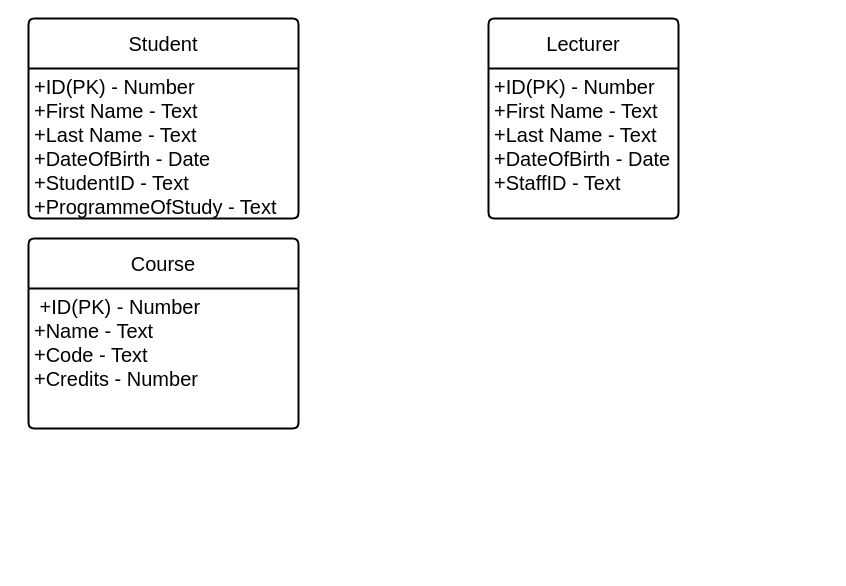
Above: SchoolManagementSystem-ERD.drawio in csmohamme/School-Management-System (draw.io), before the change. Source tidied: cells renumbered, new cells numbered last; positions are measured from the earlier drawing's top-left corner, leaving out a move shared by most shapes. Both pictures are drawn from the tidied source at 100%, with x=0, y=0 at pixel (28, 18).
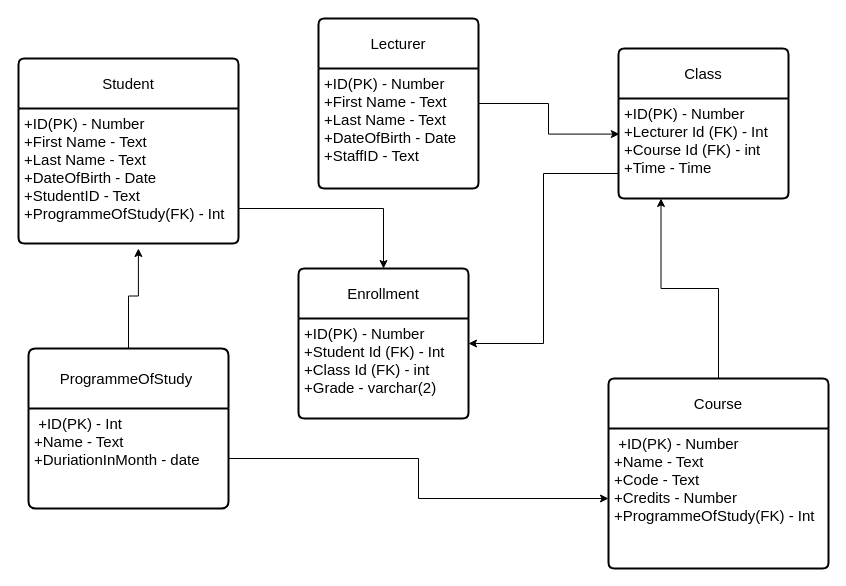
The same page after the edit.

The edit, as a diff of the source:
```diff
@@
-    <mxCell id="2" value="&lt;font style=&quot;font-size: 20px;&quot;&gt;Student&lt;/font&gt;" style="swimlane;horizontal=1;startSize=50;rounded=1;fontSize=14;fontStyle=0;strokeWidth=2;shadow=0;dashed=0;align=center;arcSize=4;whiteSpace=wrap;html=1;" parent="1" vertex="1">
-      <mxGeometry width="270" height="200" as="geometry" />
+    <mxCell id="2" value="&lt;font style=&quot;font-size: 15px;&quot;&gt;Student&lt;/font&gt;" style="swimlane;horizontal=1;startSize=50;rounded=1;fontSize=14;fontStyle=0;strokeWidth=2;shadow=0;dashed=0;align=center;arcSize=4;whiteSpace=wrap;html=1;" parent="1" vertex="1">
+      <mxGeometry x="-10" y="40" width="220" height="185" as="geometry" />
     </mxCell>
-    <mxCell id="3" value="&lt;font style=&quot;font-size: 20px;&quot;&gt;+ID(PK) - Number&lt;br&gt;+First Name - Text&lt;br&gt;+Last Name - Text&lt;br&gt;+DateOfBirth - Date&lt;br&gt;+StudentID - Text&lt;br&gt;+ProgrammeOfStudy - Text&lt;br&gt;&lt;/font&gt;" style="align=left;strokeColor=none;fillColor=none;spacingLeft=4;fontSize=12;verticalAlign=top;html=1;" parent="2" vertex="1">
-      <mxGeometry y="50" width="270" height="150" as="geometry" />
+    <mxCell id="3" value="&lt;font style=&quot;font-size: 15px;&quot;&gt;+ID(PK) - Number&lt;br&gt;+First Name - Text&lt;br&gt;+Last Name - Text&lt;br&gt;+DateOfBirth - Date&lt;br&gt;+StudentID - Text&lt;br&gt;+ProgrammeOfStudy(FK) - Int&lt;br&gt;&lt;/font&gt;" style="align=left;strokeColor=none;fillColor=none;spacingLeft=4;fontSize=12;verticalAlign=top;html=1;" parent="2" vertex="1">
+      <mxGeometry y="50" width="220" height="135" as="geometry" />
     </mxCell>
+    <mxCell id="8" style="edgeStyle=orthogonalEdgeStyle;rounded=0;jettySize=auto;html=1;entryX=0.545;entryY=1.037;entryDx=0;entryDy=0;entryPerimeter=0;" parent="1" edge="1" source="4" target="3">
+      <mxGeometry relative="1" as="geometry" />
+    </mxCell>
-    <mxCell id="4" value="&lt;font style=&quot;font-size: 20px;&quot;&gt;Course&lt;/font&gt;" style="swimlane;horizontal=1;startSize=50;rounded=1;fontSize=14;fontStyle=0;strokeWidth=2;shadow=0;dashed=0;align=center;arcSize=4;whiteSpace=wrap;html=1;" parent="1" vertex="1">
-      <mxGeometry y="220" width="270" height="190" as="geometry" />
+    <mxCell id="4" value="&lt;font style=&quot;font-size: 15px;&quot;&gt;ProgrammeOfStudy&amp;nbsp;&lt;/font&gt;" style="swimlane;horizontal=1;startSize=60;rounded=1;fontSize=14;fontStyle=0;strokeWidth=2;shadow=0;dashed=0;align=center;arcSize=4;whiteSpace=wrap;html=1;" parent="1" vertex="1">
+      <mxGeometry y="330" width="200" height="160" as="geometry" />
     </mxCell>
-    <mxCell id="5" value="&lt;font style=&quot;font-size: 20px;&quot;&gt;&amp;nbsp;+ID(PK) - Number&lt;br&gt;+Name - Text&lt;br&gt;+Code - Text&lt;br&gt;+Credits - Number&lt;br&gt;&lt;/font&gt;" style="align=left;strokeColor=none;fillColor=none;spacingLeft=4;fontSize=12;verticalAlign=top;html=1;" parent="4" vertex="1">
-      <mxGeometry y="50" width="270" height="140" as="geometry" />
+    <mxCell id="5" value="&lt;font style=&quot;font-size: 15px;&quot;&gt;&amp;nbsp;+ID(PK) - Int&lt;br&gt;+Name - Text&lt;br&gt;+DuriationInMonth - date&lt;br&gt;&lt;br&gt;&lt;/font&gt;" style="align=left;strokeColor=none;fillColor=none;spacingLeft=4;fontSize=12;verticalAlign=top;html=1;" parent="4" vertex="1">
+      <mxGeometry y="60" width="200" height="100" as="geometry" />
     </mxCell>
+    <mxCell id="9" style="edgeStyle=orthogonalEdgeStyle;rounded=0;jettySize=auto;html=1;entryX=0.005;entryY=0.356;entryDx=0;entryDy=0;entryPerimeter=0;" parent="1" edge="1" source="6" target="14">
+      <mxGeometry relative="1" as="geometry" />
+    </mxCell>
-    <mxCell id="6" value="&lt;font style=&quot;font-size: 20px;&quot;&gt;Lecturer&lt;/font&gt;" style="swimlane;horizontal=1;startSize=50;rounded=1;fontSize=14;fontStyle=0;strokeWidth=2;shadow=0;dashed=0;align=center;arcSize=4;whiteSpace=wrap;html=1;" parent="1" vertex="1">
-      <mxGeometry x="460" width="190" height="200" as="geometry" />
+    <mxCell id="6" value="&lt;font style=&quot;font-size: 15px;&quot;&gt;Lecturer&lt;/font&gt;" style="swimlane;horizontal=1;startSize=50;rounded=1;fontSize=14;fontStyle=0;strokeWidth=2;shadow=0;dashed=0;align=center;arcSize=4;whiteSpace=wrap;html=1;" parent="1" vertex="1">
+      <mxGeometry x="290" width="160" height="170" as="geometry" />
     </mxCell>
-    <mxCell id="7" value="&lt;font style=&quot;font-size: 20px;&quot;&gt;+ID(PK) - Number&lt;br&gt;+First Name - Text&lt;br&gt;+Last Name - Text&lt;br&gt;+DateOfBirth - Date&lt;br&gt;+StaffID - Text&lt;br&gt;&lt;/font&gt;" style="align=left;strokeColor=none;fillColor=none;spacingLeft=4;fontSize=12;verticalAlign=top;html=1;" parent="6" vertex="1">
-      <mxGeometry y="50" width="190" height="150" as="geometry" />
+    <mxCell id="7" value="&lt;font style=&quot;font-size: 15px;&quot;&gt;+ID(PK) - Number&lt;br&gt;+First Name - Text&lt;br&gt;+Last Name - Text&lt;br&gt;+DateOfBirth - Date&lt;br&gt;+StaffID - Text&lt;br&gt;&lt;/font&gt;" style="align=left;strokeColor=none;fillColor=none;spacingLeft=4;fontSize=12;verticalAlign=top;html=1;" parent="6" vertex="1">
+      <mxGeometry y="50" width="160" height="120" as="geometry" />
     </mxCell>
+    <mxCell id="10" style="edgeStyle=orthogonalEdgeStyle;rounded=0;jettySize=auto;html=1;entryX=0.25;entryY=1;entryDx=0;entryDy=0;" parent="1" edge="1" source="11" target="14">
+      <mxGeometry relative="1" as="geometry" />
+    </mxCell>
+    <mxCell id="11" value="&lt;font style=&quot;font-size: 15px;&quot;&gt;Course&lt;/font&gt;" style="swimlane;horizontal=1;startSize=50;rounded=1;fontSize=14;fontStyle=0;strokeWidth=2;shadow=0;dashed=0;align=center;arcSize=4;whiteSpace=wrap;html=1;" parent="1" vertex="1">
+      <mxGeometry x="580" y="360" width="220" height="190" as="geometry" />
+    </mxCell>
+    <mxCell id="12" value="&lt;font style=&quot;font-size: 15px;&quot;&gt;&amp;nbsp;+ID(PK) - Number&lt;br&gt;+Name - Text&lt;br&gt;+Code - Text&lt;br&gt;+Credits - Number&lt;br&gt;+ProgrammeOfStudy(FK) - Int&lt;br&gt;&lt;/font&gt;" style="align=left;strokeColor=none;fillColor=none;spacingLeft=4;fontSize=12;verticalAlign=top;html=1;" parent="11" vertex="1">
+      <mxGeometry y="50" width="220" height="140" as="geometry" />
+    </mxCell>
+    <mxCell id="13" value="&lt;font style=&quot;font-size: 15px;&quot;&gt;Class&lt;/font&gt;" style="swimlane;horizontal=1;startSize=50;rounded=1;fontSize=14;fontStyle=0;strokeWidth=2;shadow=0;dashed=0;align=center;arcSize=4;whiteSpace=wrap;html=1;" parent="1" vertex="1">
+      <mxGeometry x="590" y="30" width="170" height="150" as="geometry" />
+    </mxCell>
+    <mxCell id="14" value="&lt;font style=&quot;font-size: 15px;&quot;&gt;+ID(PK) - Number&lt;br&gt;+Lecturer Id (FK) - Int&lt;br&gt;+Course Id (FK) - int&lt;br&gt;+Time - Time&lt;br&gt;&lt;br&gt;&lt;/font&gt;" style="align=left;strokeColor=none;fillColor=none;spacingLeft=4;fontSize=12;verticalAlign=top;html=1;" parent="13" vertex="1">
+      <mxGeometry y="50" width="170" height="100" as="geometry" />
+    </mxCell>
+    <mxCell id="15" style="edgeStyle=orthogonalEdgeStyle;rounded=0;jettySize=auto;html=1;entryX=0;entryY=0.5;entryDx=0;entryDy=0;" parent="1" edge="1" source="5" target="12">
+      <mxGeometry relative="1" as="geometry" />
+    </mxCell>
+    <mxCell id="16" value="&lt;font style=&quot;font-size: 15px;&quot;&gt;Enrollment&lt;/font&gt;" style="swimlane;horizontal=1;startSize=50;rounded=1;fontSize=14;fontStyle=0;strokeWidth=2;shadow=0;dashed=0;align=center;arcSize=4;whiteSpace=wrap;html=1;" parent="1" vertex="1">
+      <mxGeometry x="270" y="250" width="170" height="150" as="geometry" />
+    </mxCell>
+    <mxCell id="17" value="&lt;font style=&quot;font-size: 15px;&quot;&gt;+ID(PK) - Number&lt;br&gt;+Student Id (FK) - Int&lt;br&gt;+Class Id (FK) - int&lt;br&gt;+Grade - varchar(2)&lt;br&gt;&lt;br&gt;&lt;/font&gt;" style="align=left;strokeColor=none;fillColor=none;spacingLeft=4;fontSize=12;verticalAlign=top;html=1;" parent="16" vertex="1">
+      <mxGeometry y="50" width="170" height="100" as="geometry" />
+    </mxCell>
+    <mxCell id="18" style="edgeStyle=orthogonalEdgeStyle;rounded=0;jettySize=auto;html=1;" parent="1" edge="1" source="3" target="16">
+      <mxGeometry relative="1" as="geometry">
+        <Array as="points">
+          <mxPoint x="355" y="190" />
+        </Array>
+      </mxGeometry>
+    </mxCell>
+    <mxCell id="19" style="edgeStyle=orthogonalEdgeStyle;rounded=0;jettySize=auto;html=1;exitX=0;exitY=0.75;exitDx=0;exitDy=0;entryX=1;entryY=0.25;entryDx=0;entryDy=0;" parent="1" edge="1" source="14" target="17">
+      <mxGeometry relative="1" as="geometry" />
+    </mxCell>
```
